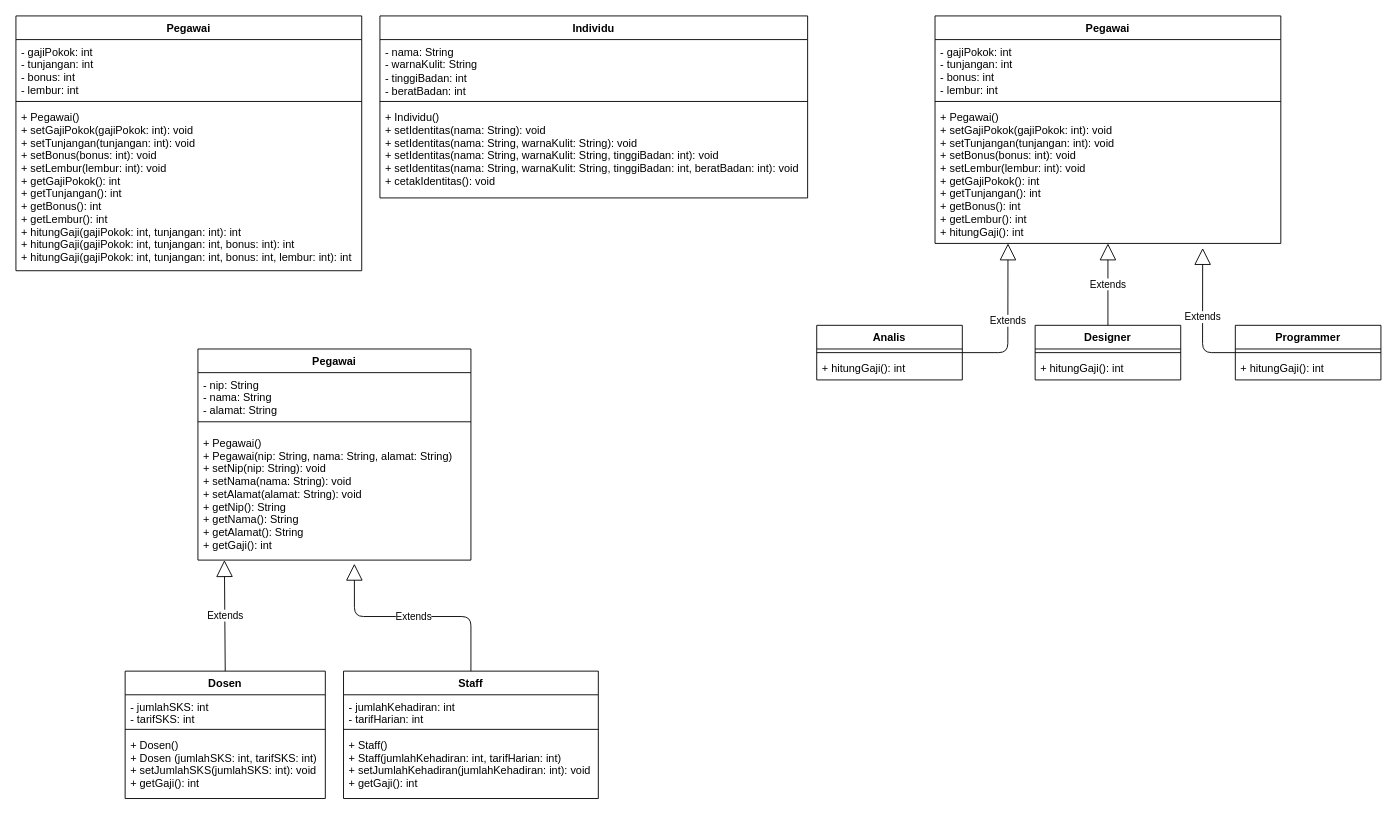
Earlier version of the draw.io diagram polymorphism.drawio (freyaldi/unsri-4-OOP). Source tidied: cells renumbered, new cells numbered last; positions are measured from the earlier drawing's top-left corner, leaving out a move shared by most shapes. Both pictures are drawn from the tidied source at 91%, with x=0, y=0 at pixel (15, 15).
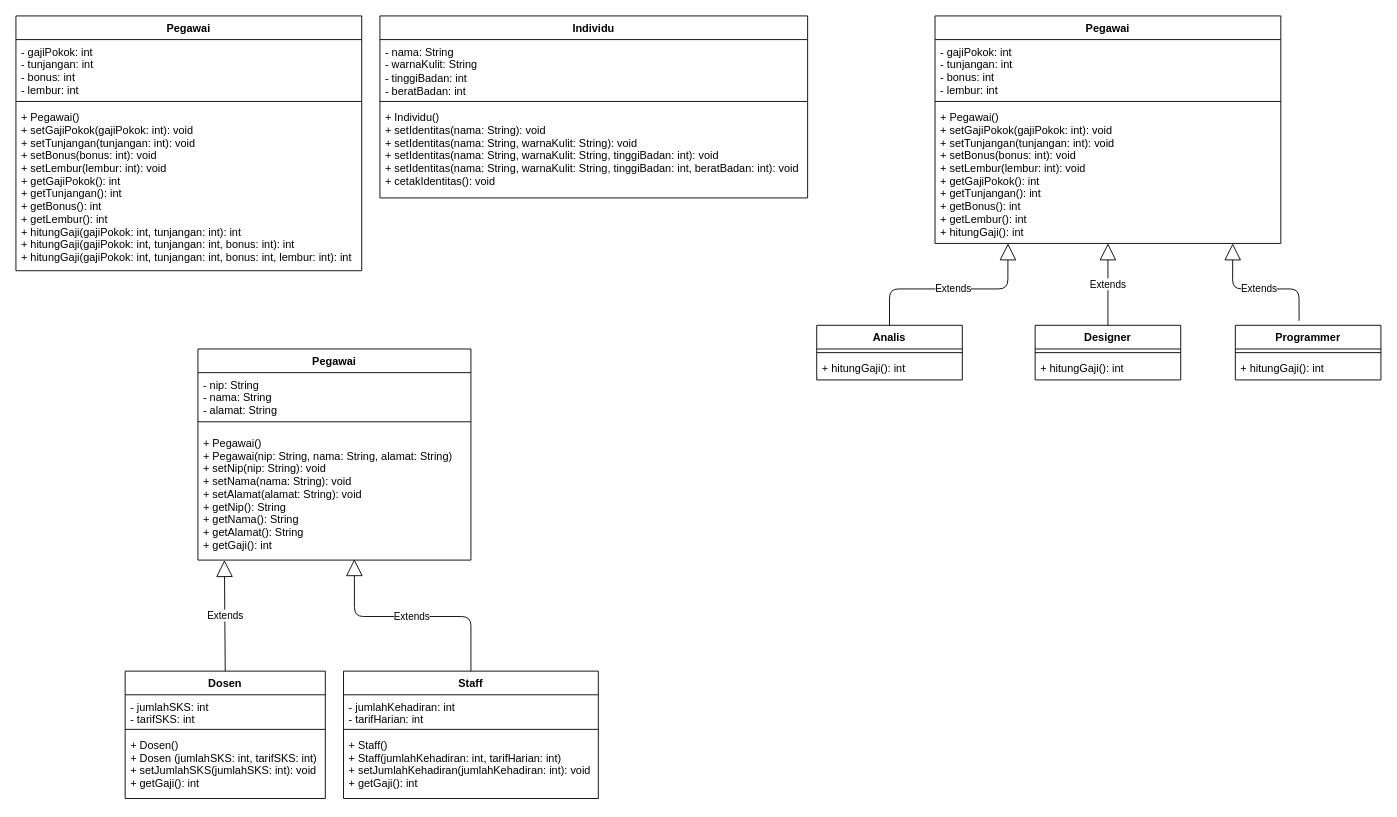
Above is the later version.

The change refers to these unchanged cells:
```xml
<mxCell id="13" value="+ Pegawai()&#10;+ setGajiPokok(gajiPokok: int): void&#10;+ setTunjangan(tunjangan: int): void&#10;+ setBonus(bonus: int): void&#10;+ setLembur(lembur: int): void&#10;+ getGajiPokok(): int&#10;+ getTunjangan(): int&#10;+ getBonus(): int&#10;+ getLembur(): int&#10;+ hitungGaji(): int&#10;" style="text;strokeColor=none;fillColor=none;align=left;verticalAlign=top;spacingLeft=4;spacingRight=4;overflow=hidden;points=[[0,0.5],[1,0.5]];portConstraint=eastwest;" parent="10" vertex="1">
  <mxGeometry y="98" width="380" height="152" as="geometry" />
</mxCell>
<mxCell id="14" value="Analis" style="swimlane;fontStyle=1;align=center;verticalAlign=top;horizontal=1;startSize=26;" parent="1" vertex="1">
  <mxGeometry x="880" y="340" width="160" height="60" as="geometry" />
</mxCell>
<mxCell id="18" value="Programmer" style="swimlane;fontStyle=1;align=center;verticalAlign=top;horizontal=1;startSize=26;" parent="1" vertex="1">
  <mxGeometry x="1340" y="340" width="160" height="60" as="geometry" />
</mxCell>
<mxCell id="29" value="+ Pegawai()&#10;+ Pegawai(nip: String, nama: String, alamat: String)&#10;+ setNip(nip: String): void&#10;+ setNama(nama: String): void&#10;+ setAlamat(alamat: String): void&#10;+ getNip(): String&#10;+ getNama(): String&#10;+ getAlamat(): String&#10;+ getGaji(): int&#10;" style="text;strokeColor=none;fillColor=none;align=left;verticalAlign=top;spacingLeft=4;spacingRight=4;overflow=hidden;points=[[0,0.5],[1,0.5]];portConstraint=eastwest;" parent="26" vertex="1">
  <mxGeometry y="90" width="300" height="142" as="geometry" />
</mxCell>
<mxCell id="35" value="Staff" style="swimlane;fontStyle=1;align=center;verticalAlign=top;horizontal=1;startSize=26;" parent="1" vertex="1">
  <mxGeometry x="360" y="720" width="280" height="140" as="geometry" />
</mxCell>
```

Change to the diagram source:
```diff
@@
-    <mxCell id="17" value="Extends" style="endArrow=block;endSize=16;endFill=0;html=1;exitX=1;exitY=0.5;exitDx=0;exitDy=0;entryX=0.211;entryY=1;entryDx=0;entryDy=0;entryPerimeter=0;" parent="1" edge="1" source="14" target="13">
+    <mxCell id="17" value="Extends" style="endArrow=block;endSize=16;endFill=0;html=1;entryX=0.211;entryY=1;entryDx=0;entryDy=0;entryPerimeter=0;" parent="1" edge="1" target="13">
       <mxGeometry relative="1" as="geometry">
+        <mxPoint x="960" y="340" as="sourcePoint" />
         <Array as="points">
-          <mxPoint x="1090" y="370" />
+          <mxPoint x="960" y="300" />
+          <mxPoint x="1090" y="300" />
         </Array>
       </mxGeometry>
     </mxCell>
@@
-    <mxCell id="25" value="Extends" style="endArrow=block;endSize=16;endFill=0;html=1;entryX=0.774;entryY=1.033;entryDx=0;entryDy=0;entryPerimeter=0;exitX=0;exitY=0.5;exitDx=0;exitDy=0;" parent="1" edge="1" source="18" target="13">
+    <mxCell id="25" value="Extends" style="endArrow=block;endSize=16;endFill=0;html=1;exitX=0.438;exitY=-0.083;exitDx=0;exitDy=0;entryX=0.861;entryY=1;entryDx=0;entryDy=0;entryPerimeter=0;exitPerimeter=0;" parent="1" edge="1" source="18" target="13">
       <mxGeometry relative="1" as="geometry">
         <Array as="points">
-          <mxPoint x="1304" y="370" />
+          <mxPoint x="1410" y="300" />
+          <mxPoint x="1337" y="300" />
         </Array>
       </mxGeometry>
     </mxCell>
@@
-    <mxCell id="39" value="Extends" style="endArrow=block;endSize=16;endFill=0;html=1;exitX=0.5;exitY=0;exitDx=0;exitDy=0;entryX=0.573;entryY=1.028;entryDx=0;entryDy=0;entryPerimeter=0;" parent="1" edge="1" source="35" target="29">
+    <mxCell id="39" value="Extends" style="endArrow=block;endSize=16;endFill=0;html=1;exitX=0.5;exitY=0;exitDx=0;exitDy=0;entryX=0.573;entryY=0.993;entryDx=0;entryDy=0;entryPerimeter=0;" parent="1" edge="1" source="35" target="29">
       <mxGeometry relative="1" as="geometry">
         <Array as="points">
           <mxPoint x="500" y="660" />
           <mxPoint x="372" y="660" />
         </Array>
       </mxGeometry>
     </mxCell>
```
